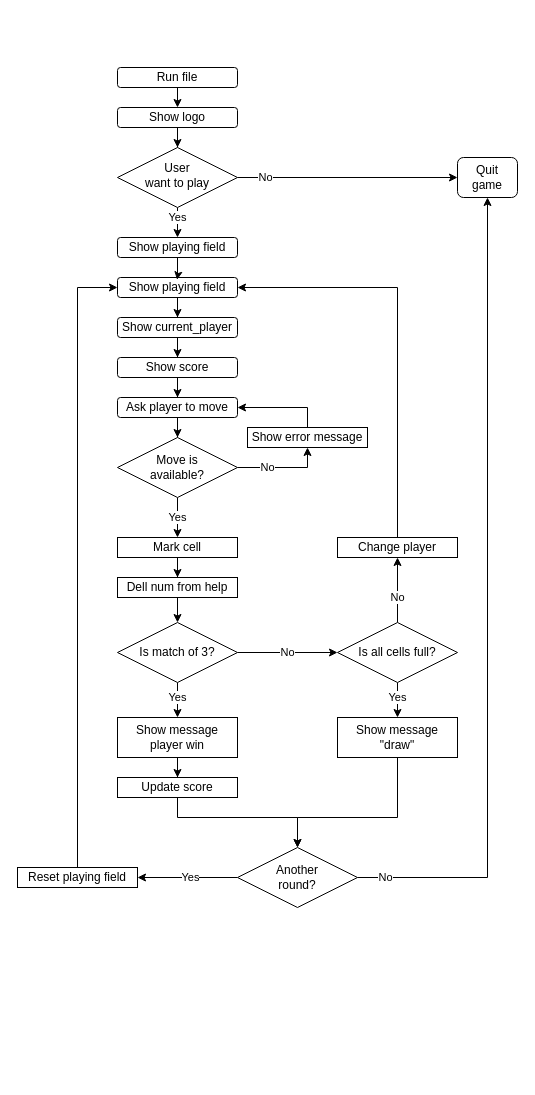
The draw.io diagram flowchart.drawio in k-yakovlev/tic-tac-toe, before the edit. Source tidied: cells renumbered, new cells numbered last; positions are measured from the earlier drawing's top-left corner, leaving out a move shared by most shapes. Both pictures are drawn from the tidied source at 100%, with x=0, y=0 at pixel (17, 67).
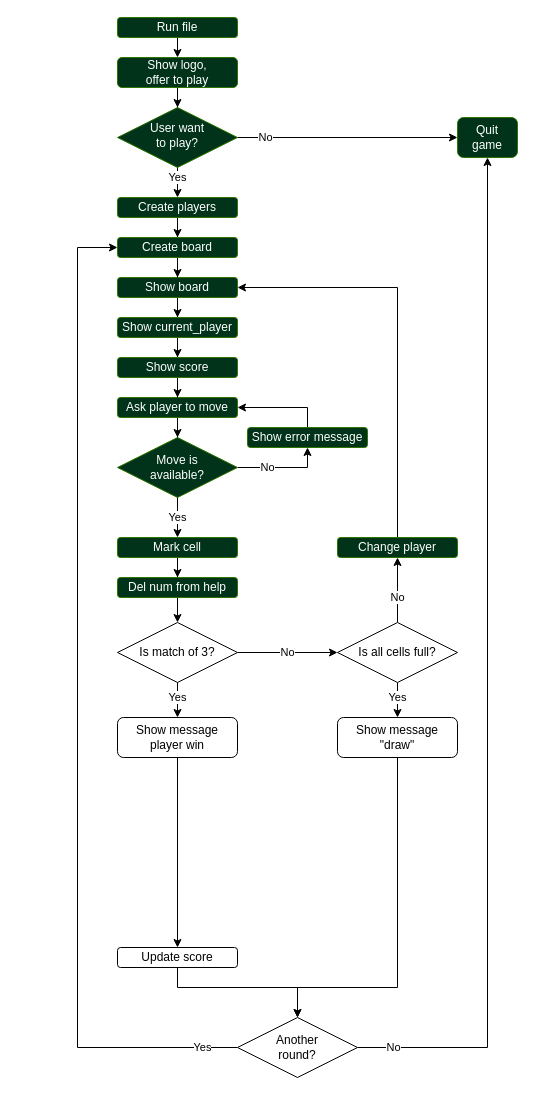
The same page after the edit.

Diff of the diagram source:
```diff
@@
-    <mxCell id="4" value="Show logo" style="rounded=1;whiteSpace=wrap;html=1;fontSize=12;glass=0;strokeWidth=1;shadow=0;" parent="1" vertex="1">
-      <mxGeometry x="100" y="40" width="120" height="20" as="geometry" />
+    <mxCell id="4" value="Show logo,&lt;br&gt;offer to play" style="rounded=1;whiteSpace=wrap;html=1;fontSize=12;glass=0;strokeWidth=1;shadow=0;strokeColor=#2D7600;fontColor=#ffffff;fillColor=#00331A;" parent="1" vertex="1">
+      <mxGeometry x="100" y="-10" width="120" height="30" as="geometry" />
     </mxCell>
@@
-    <mxCell id="7" value="User&lt;br&gt;want to play&lt;br&gt;" style="rhombus;whiteSpace=wrap;html=1;shadow=0;fontFamily=Helvetica;fontSize=12;align=center;strokeWidth=1;spacing=6;spacingTop=-4;" parent="1" vertex="1">
-      <mxGeometry x="100" y="80" width="120" height="60" as="geometry" />
+    <mxCell id="7" value="User want &lt;br&gt;to play?" style="rhombus;whiteSpace=wrap;html=1;shadow=0;fontFamily=Helvetica;fontSize=12;align=center;strokeWidth=1;spacing=6;spacingTop=-4;strokeColor=#2D7600;fontColor=#ffffff;fillColor=#00331A;" parent="1" vertex="1">
+      <mxGeometry x="100" y="40" width="120" height="60" as="geometry" />
     </mxCell>
-    <mxCell id="8" value="Quit &lt;br&gt;game" style="rounded=1;whiteSpace=wrap;html=1;fontSize=12;glass=0;strokeWidth=1;shadow=0;" parent="1" vertex="1">
-      <mxGeometry x="440" y="90" width="60" height="40" as="geometry" />
+    <mxCell id="8" value="Quit &lt;br&gt;game" style="rounded=1;whiteSpace=wrap;html=1;fontSize=12;glass=0;strokeWidth=1;shadow=0;strokeColor=#2D7600;fontColor=#ffffff;fillColor=#00331A;" parent="1" vertex="1">
+      <mxGeometry x="440" y="50" width="60" height="40" as="geometry" />
     </mxCell>
-    <mxCell id="9" value="Run file" style="whiteSpace=wrap;html=1;rounded=1;shadow=0;strokeWidth=1;glass=0;" parent="1" vertex="1">
-      <mxGeometry x="100" width="120" height="20" as="geometry" />
+    <mxCell id="9" value="Run file" style="whiteSpace=wrap;html=1;rounded=1;shadow=0;strokeWidth=1;glass=0;strokeColor=#2D7600;fontColor=#ffffff;fillColor=#00331A;" parent="1" vertex="1">
+      <mxGeometry x="100" y="-50" width="120" height="20" as="geometry" />
     </mxCell>
@@
-    <mxCell id="11" value="Show playing field" style="rounded=1;whiteSpace=wrap;html=1;" parent="1" vertex="1">
+    <mxCell id="11" value="Show board" style="rounded=1;whiteSpace=wrap;html=1;strokeColor=#2D7600;fontColor=#ffffff;fillColor=#00331A;" parent="1" vertex="1">
       <mxGeometry x="100" y="210" width="120" height="20" as="geometry" />
     </mxCell>
-    <mxCell id="12" style="edgeStyle=orthogonalEdgeStyle;rounded=0;jettySize=auto;html=1;entryX=0.497;entryY=0.117;entryDx=0;entryDy=0;entryPerimeter=0;" parent="1" edge="1" source="13" target="11">
-      <mxGeometry relative="1" as="geometry" />
-    </mxCell>
+    <mxCell id="48" style="edgeStyle=orthogonalEdgeStyle;rounded=0;jettySize=auto;html=1;entryX=0.5;entryY=0;entryDx=0;entryDy=0;" parent="1" edge="1" source="13" target="50">
+      <mxGeometry relative="1" as="geometry" />
+    </mxCell>
-    <mxCell id="13" value="Show playing field" style="rounded=1;whiteSpace=wrap;html=1;" parent="1" vertex="1">
-      <mxGeometry x="100" y="170" width="120" height="20" as="geometry" />
+    <mxCell id="13" value="Create players" style="rounded=1;whiteSpace=wrap;html=1;strokeColor=#2D7600;fontColor=#ffffff;fillColor=#00331A;" parent="1" vertex="1">
+      <mxGeometry x="100" y="130" width="120" height="20" as="geometry" />
     </mxCell>
@@
-    <mxCell id="21" value="Ask player to move" style="whiteSpace=wrap;html=1;rounded=1;" parent="1" vertex="1">
+    <mxCell id="21" value="Ask player to move" style="whiteSpace=wrap;html=1;rounded=1;strokeColor=#2D7600;fontColor=#ffffff;fillColor=#00331A;" parent="1" vertex="1">
       <mxGeometry x="100" y="330" width="120" height="20" as="geometry" />
     </mxCell>
@@
-    <mxCell id="24" value="Move is &lt;br&gt;available?" style="rhombus;whiteSpace=wrap;html=1;" parent="1" vertex="1">
+    <mxCell id="24" value="Move is &lt;br&gt;available?" style="rhombus;whiteSpace=wrap;html=1;strokeColor=#2D7600;fontColor=#ffffff;fillColor=#00331A;" parent="1" vertex="1">
       <mxGeometry x="100" y="370" width="120" height="60" as="geometry" />
     </mxCell>
@@
-    <mxCell id="26" value="Show error message" style="whiteSpace=wrap;html=1;" parent="1" vertex="1">
+    <mxCell id="26" value="Show error message" style="whiteSpace=wrap;html=1;rounded=1;strokeColor=#2D7600;fontColor=#ffffff;fillColor=#00331A;" parent="1" vertex="1">
       <mxGeometry x="230" y="360" width="120" height="20" as="geometry" />
     </mxCell>
@@
-    <mxCell id="28" value="Show current_player" style="whiteSpace=wrap;html=1;rounded=1;" parent="1" vertex="1">
+    <mxCell id="28" value="Show current_player" style="whiteSpace=wrap;html=1;rounded=1;strokeColor=#2D7600;fontColor=#ffffff;fillColor=#00331A;" parent="1" vertex="1">
       <mxGeometry x="100" y="250" width="120" height="20" as="geometry" />
     </mxCell>
@@
-    <mxCell id="30" value="Show score" style="whiteSpace=wrap;html=1;rounded=1;" parent="1" vertex="1">
+    <mxCell id="30" value="Show score" style="whiteSpace=wrap;html=1;rounded=1;strokeColor=#2D7600;fontColor=#ffffff;fillColor=#00331A;" parent="1" vertex="1">
       <mxGeometry x="100" y="290" width="120" height="20" as="geometry" />
     </mxCell>
@@
-    <mxCell id="32" value="Change player" style="whiteSpace=wrap;html=1;" parent="1" vertex="1">
+    <mxCell id="32" value="Change player" style="whiteSpace=wrap;html=1;rounded=1;strokeColor=#2D7600;fontColor=#ffffff;fillColor=#00331A;" parent="1" vertex="1">
       <mxGeometry x="320" y="470" width="120" height="20" as="geometry" />
     </mxCell>
@@
-    <mxCell id="34" value="Mark cell" style="rounded=0;whiteSpace=wrap;html=1;" parent="1" vertex="1">
+    <mxCell id="34" value="Mark cell" style="rounded=1;whiteSpace=wrap;html=1;strokeColor=#2D7600;fontColor=#ffffff;fillColor=#00331A;" parent="1" vertex="1">
       <mxGeometry x="100" y="470" width="120" height="20" as="geometry" />
     </mxCell>
@@
-    <mxCell id="36" value="Dell num from help" style="rounded=0;whiteSpace=wrap;html=1;" parent="1" vertex="1">
+    <mxCell id="36" value="Del num from help" style="rounded=1;whiteSpace=wrap;html=1;strokeColor=#2D7600;fontColor=#ffffff;fillColor=#00331A;" parent="1" vertex="1">
       <mxGeometry x="100" y="510" width="120" height="20" as="geometry" />
     </mxCell>
@@
-    <mxCell id="38" value="Show message&lt;br&gt;player win" style="whiteSpace=wrap;html=1;" parent="1" vertex="1">
+    <mxCell id="38" value="Show message&lt;br&gt;player win" style="whiteSpace=wrap;html=1;rounded=1;" parent="1" vertex="1">
       <mxGeometry x="100" y="650" width="120" height="40" as="geometry" />
     </mxCell>
     <mxCell id="39" style="edgeStyle=orthogonalEdgeStyle;rounded=0;jettySize=auto;html=1;entryX=0.5;entryY=0;entryDx=0;entryDy=0;" parent="1" edge="1" source="40" target="43">
       <mxGeometry relative="1" as="geometry">
         <Array as="points">
-          <mxPoint x="380" y="750" />
-          <mxPoint x="280" y="750" />
+          <mxPoint x="380" y="920" />
+          <mxPoint x="280" y="920" />
         </Array>
       </mxGeometry>
     </mxCell>
-    <mxCell id="40" value="Show message&lt;br&gt;&quot;draw&quot;" style="whiteSpace=wrap;html=1;" parent="1" vertex="1">
+    <mxCell id="40" value="Show message&lt;br&gt;&quot;draw&quot;" style="whiteSpace=wrap;html=1;rounded=1;" parent="1" vertex="1">
       <mxGeometry x="320" y="650" width="120" height="40" as="geometry" />
     </mxCell>
@@
-    <mxCell id="42" value="Yes" style="edgeStyle=orthogonalEdgeStyle;rounded=0;jettySize=auto;html=1;entryX=1;entryY=0.5;entryDx=0;entryDy=0;exitX=0;exitY=0.5;exitDx=0;exitDy=0;" parent="1" edge="1" source="43" target="47">
-      <mxGeometry x="0.14" y="-10" relative="1" as="geometry">
+    <mxCell id="42" value="Yes" style="edgeStyle=orthogonalEdgeStyle;rounded=0;jettySize=auto;html=1;exitX=0;exitY=0.5;exitDx=0;exitDy=0;entryX=0;entryY=0.5;entryDx=0;entryDy=0;" parent="1" edge="1" source="43" target="50">
+      <mxGeometry x="-0.93" relative="1" as="geometry">
         <Array as="points">
-          <mxPoint x="180" y="810" />
-          <mxPoint x="180" y="810" />
+          <mxPoint x="60" y="980" />
+          <mxPoint x="60" y="180" />
         </Array>
-        <mxPoint x="10" y="10" as="offset" />
       </mxGeometry>
     </mxCell>
     <mxCell id="43" value="Another &lt;br&gt;round?" style="rhombus;whiteSpace=wrap;html=1;" parent="1" vertex="1">
-      <mxGeometry x="220" y="780" width="120" height="60" as="geometry" />
+      <mxGeometry x="220" y="950" width="120" height="60" as="geometry" />
     </mxCell>
     <mxCell id="44" style="edgeStyle=orthogonalEdgeStyle;rounded=0;jettySize=auto;html=1;" parent="1" edge="1" source="45" target="43">
       <mxGeometry relative="1" as="geometry">
         <Array as="points">
-          <mxPoint x="160" y="750" />
-          <mxPoint x="280" y="750" />
+          <mxPoint x="160" y="920" />
+          <mxPoint x="280" y="920" />
         </Array>
       </mxGeometry>
     </mxCell>
-    <mxCell id="45" value="Update score" style="whiteSpace=wrap;html=1;" parent="1" vertex="1">
-      <mxGeometry x="100" y="710" width="120" height="20" as="geometry" />
+    <mxCell id="45" value="Update score" style="whiteSpace=wrap;html=1;rounded=1;" parent="1" vertex="1">
+      <mxGeometry x="100" y="880" width="120" height="20" as="geometry" />
     </mxCell>
-    <mxCell id="46" style="edgeStyle=orthogonalEdgeStyle;rounded=0;jettySize=auto;html=1;entryX=0;entryY=0.5;entryDx=0;entryDy=0;" parent="1" edge="1" source="47" target="11">
-      <mxGeometry relative="1" as="geometry" />
-    </mxCell>
-    <mxCell id="47" value="Reset playing field" style="rounded=0;whiteSpace=wrap;html=1;" parent="1" vertex="1">
-      <mxGeometry y="800" width="120" height="20" as="geometry" />
-    </mxCell>
+    <mxCell id="49" style="edgeStyle=orthogonalEdgeStyle;rounded=0;jettySize=auto;html=1;entryX=0.5;entryY=0;entryDx=0;entryDy=0;" parent="1" edge="1" source="50" target="11">
+      <mxGeometry relative="1" as="geometry" />
+    </mxCell>
+    <mxCell id="50" value="Create board" style="rounded=1;whiteSpace=wrap;html=1;strokeColor=#2D7600;fontColor=#ffffff;fillColor=#00331A;" parent="1" vertex="1">
+      <mxGeometry x="100" y="170" width="120" height="20" as="geometry" />
+    </mxCell>
```
